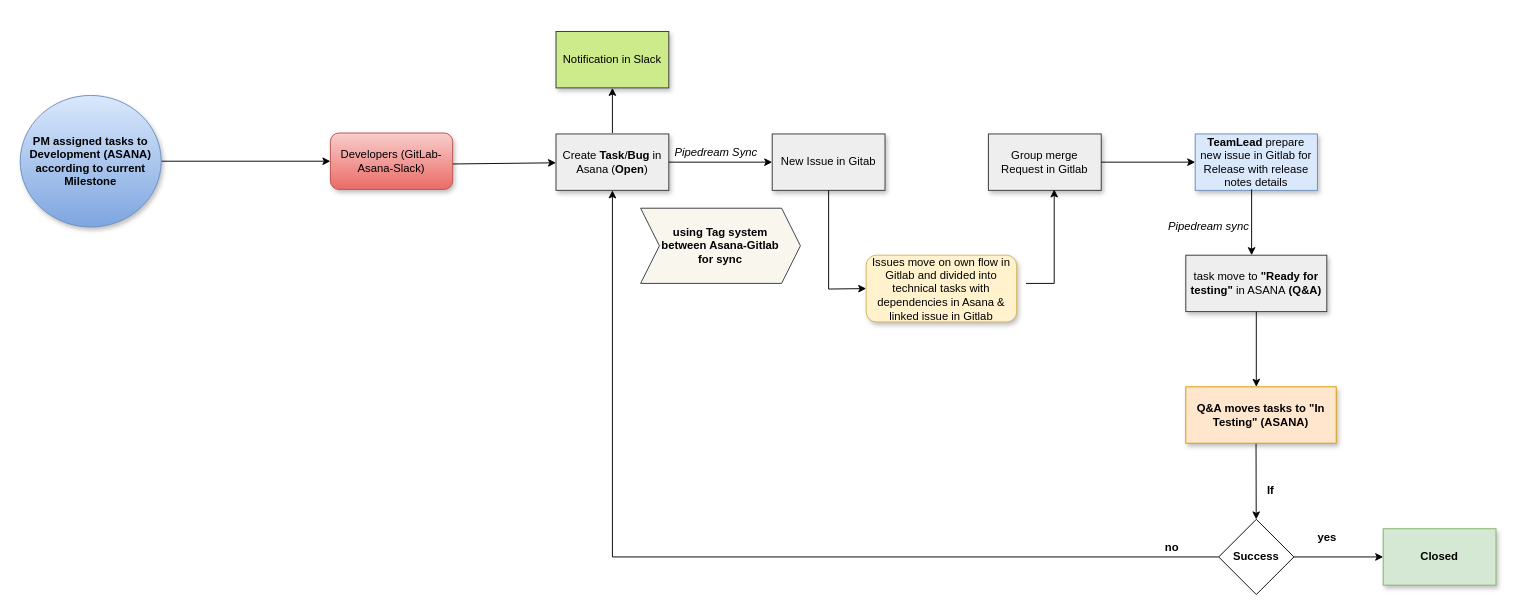
The draw.io diagram Development Sky network BP Diagram.drawio in annastazi09/blog, before the edit. Source tidied: cells renumbered, new cells numbered last; positions are measured from the earlier drawing's top-left corner, leaving out a move shared by most shapes. Both pictures are drawn from the tidied source at 94%, with x=0, y=0 at pixel (20, 31).
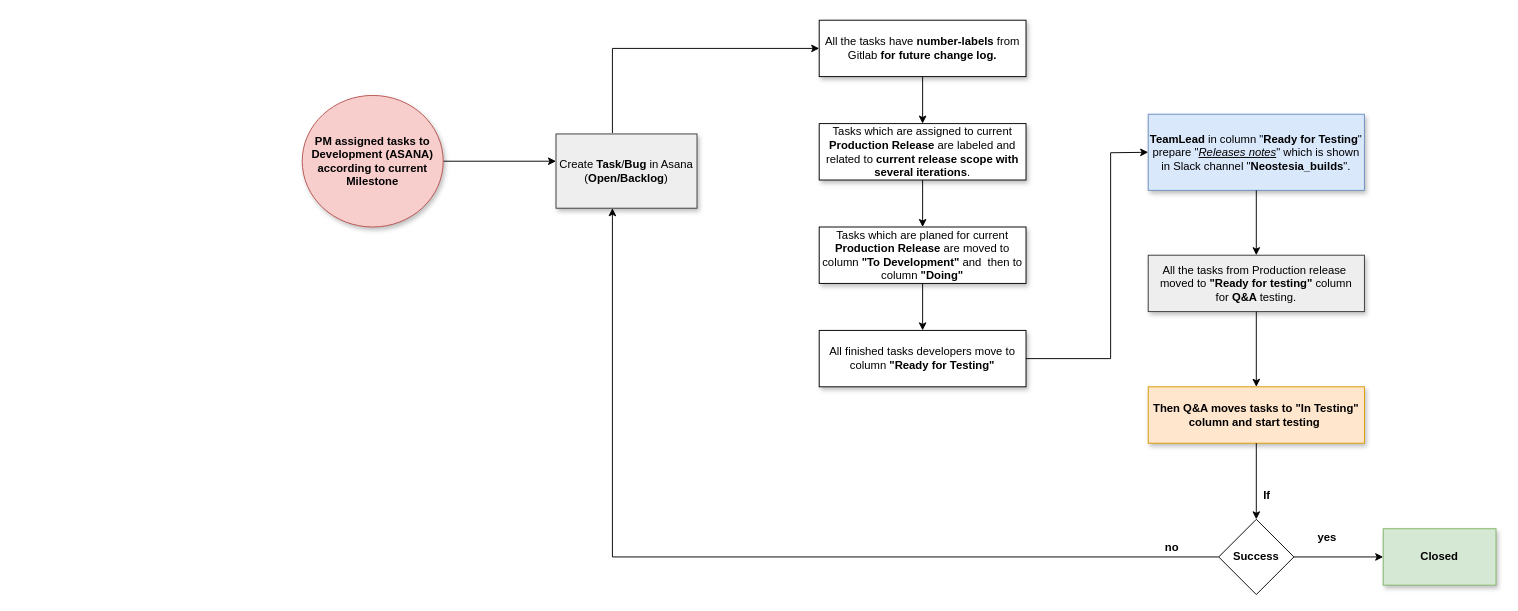
The same diagram, later.

Unchanged cells that the change refers to:
```xml
<mxCell id="16" value="&lt;b&gt;Success&lt;/b&gt;" style="rhombus;whiteSpace=wrap;html=1;" parent="1" vertex="1">
  <mxGeometry x="1275" y="519" width="80" height="80" as="geometry" />
</mxCell>
```

Change to the diagram source:
```diff
@@
-    <mxCell id="2" value="&lt;br&gt;" style="endArrow=classic;html=1;rounded=0;entryX=0;entryY=0.5;entryDx=0;entryDy=0;exitX=1;exitY=0.5;exitDx=0;exitDy=0;startArrow=none;" parent="1" edge="1" source="4" target="3">
-      <mxGeometry relative="1" as="geometry" />
+    <mxCell id="2" value="&lt;br&gt;" style="endArrow=classic;html=1;rounded=0;entryX=0;entryY=0.5;entryDx=0;entryDy=0;exitX=1;exitY=0.5;exitDx=0;exitDy=0;startArrow=none;" parent="1" edge="1">
+      <mxGeometry relative="1" as="geometry">
+        <mxPoint x="450" y="138" as="sourcePoint" />
+        <mxPoint x="570" y="138" as="targetPoint" />
+      </mxGeometry>
     </mxCell>
-    <mxCell id="3" value="Developers (GitLab-Asana-Slack)" style="rounded=1;whiteSpace=wrap;html=1;fillColor=#f8cecc;strokeColor=#b85450;gradientColor=#ea6b66;shadow=1;" parent="1" vertex="1">
-      <mxGeometry x="330" y="108" width="130" height="60" as="geometry" />
-    </mxCell>
-    <mxCell id="4" value="&lt;b&gt;PM assigned tasks to Development (ASANA) according to current Milestone&lt;/b&gt;" style="ellipse;whiteSpace=wrap;html=1;fillColor=#dae8fc;strokeColor=#6c8ebf;gradientColor=#7ea6e0;shadow=1;" parent="1" vertex="1">
-      <mxGeometry y="68" width="150" height="140" as="geometry" />
+    <mxCell id="4" value="&lt;b&gt;PM assigned tasks to Development (ASANA) according to current Milestone&lt;/b&gt;" style="ellipse;whiteSpace=wrap;html=1;fillColor=#f8cecc;strokeColor=#b85450;shadow=1;" parent="1" vertex="1">
+      <mxGeometry x="300" y="68" width="150" height="140" as="geometry" />
     </mxCell>
-    <mxCell id="5" value="Notification in Slack" style="rounded=0;whiteSpace=wrap;html=1;fillColor=#cdeb8b;strokeColor=#36393d;shadow=1;" parent="1" vertex="1">
-      <mxGeometry x="570" width="120" height="60" as="geometry" />
-    </mxCell>
-    <mxCell id="6" value="Create &lt;b&gt;Task&lt;/b&gt;/&lt;b&gt;Bug &lt;/b&gt;in Asana (&lt;b&gt;Open&lt;/b&gt;)" style="rounded=0;whiteSpace=wrap;html=1;fillColor=#eeeeee;strokeColor=#36393d;shadow=1;" parent="1" vertex="1">
-      <mxGeometry x="570" y="109" width="120" height="60" as="geometry" />
+    <mxCell id="6" value="Create &lt;b&gt;Task&lt;/b&gt;/&lt;b&gt;Bug &lt;/b&gt;in Asana (&lt;b&gt;Open/Backlog&lt;/b&gt;)" style="rounded=0;whiteSpace=wrap;html=1;fillColor=#eeeeee;strokeColor=#36393d;shadow=1;" parent="1" vertex="1">
+      <mxGeometry x="570" y="109" width="150" height="79" as="geometry" />
     </mxCell>
-    <mxCell id="7" style="endArrow=classic;html=1;rounded=0;exitX=1;exitY=0.5;exitDx=0;exitDy=0;" parent="1" edge="1" source="6">
-      <mxGeometry relative="1" as="geometry">
-        <mxPoint x="800" y="139" as="targetPoint" />
-      </mxGeometry>
-    </mxCell>
-    <mxCell id="8" value="New Issue in Gitab" style="rounded=0;whiteSpace=wrap;html=1;fillColor=#eeeeee;strokeColor=#36393d;shadow=1;" parent="1" vertex="1">
-      <mxGeometry x="800" y="109" width="120" height="60" as="geometry" />
-    </mxCell>
-    <mxCell id="9" value="&lt;i&gt;Pipedream Sync&lt;/i&gt;" style="text;html=1;align=center;verticalAlign=middle;strokeColor=none;fillColor=none;" parent="1" vertex="1">
-      <mxGeometry x="685" y="114" width="110" height="30" as="geometry" />
-    </mxCell>
-    <mxCell id="10" value="Group merge Request in Gitlab" style="rounded=0;whiteSpace=wrap;html=1;fillColor=#eeeeee;strokeColor=#36393d;shadow=1;" parent="1" vertex="1">
-      <mxGeometry x="1030" y="109" width="120" height="60" as="geometry" />
-    </mxCell>
-    <mxCell id="11" style="endArrow=classic;html=1;rounded=0;" parent="1" edge="1">
-      <mxGeometry relative="1" as="geometry">
-        <mxPoint x="1070" y="268" as="sourcePoint" />
-        <mxPoint x="1100" y="168" as="targetPoint" />
-        <Array as="points">
-          <mxPoint x="1100" y="268" />
-        </Array>
-      </mxGeometry>
-    </mxCell>
-    <mxCell id="12" value="&lt;b&gt;TeamLead &lt;/b&gt;prepare new issue in Gitlab for Release with release notes details" style="rounded=0;whiteSpace=wrap;html=1;fillColor=#dae8fc;strokeColor=#6c8ebf;shadow=1;" parent="1" vertex="1">
-      <mxGeometry x="1250" y="109" width="130" height="60" as="geometry" />
+    <mxCell id="12" value="&lt;b&gt;TeamLead &lt;/b&gt;in column &quot;&lt;b&gt;Ready for Testing&lt;/b&gt;&quot; prepare &quot;&lt;i&gt;&lt;u&gt;Releases notes&lt;/u&gt;&lt;/i&gt;&quot; which is shown in Slack channel &quot;&lt;b&gt;Neostesia_builds&lt;/b&gt;&quot;." style="rounded=0;whiteSpace=wrap;html=1;fillColor=#dae8fc;strokeColor=#6c8ebf;shadow=1;" parent="1" vertex="1">
+      <mxGeometry x="1200" y="88" width="230" height="81" as="geometry" />
     </mxCell>
-    <mxCell id="13" style="endArrow=classic;html=1;rounded=0;exitX=1;exitY=0.5;exitDx=0;exitDy=0;entryX=0;entryY=0.5;entryDx=0;entryDy=0;" parent="1" edge="1" source="10" target="12">
-      <mxGeometry relative="1" as="geometry" />
-    </mxCell>
-    <mxCell id="14" value="task move to&lt;b&gt; &quot;Ready for testing&quot;&lt;/b&gt; in ASANA&amp;nbsp;&lt;b&gt;(Q&amp;amp;A)&lt;/b&gt;" style="rounded=0;whiteSpace=wrap;html=1;fillColor=#eeeeee;strokeColor=#36393d;shadow=1;" parent="1" vertex="1">
-      <mxGeometry x="1240" y="238" width="150" height="60" as="geometry" />
+    <mxCell id="14" value="All the tasks from Production release&amp;nbsp; moved to&lt;b&gt; &quot;Ready for testing&quot;&lt;/b&gt;&amp;nbsp;column for&amp;nbsp;&lt;b&gt;Q&amp;amp;A &lt;/b&gt;testing." style="rounded=0;whiteSpace=wrap;html=1;fillColor=#eeeeee;strokeColor=#36393d;shadow=1;" parent="1" vertex="1">
+      <mxGeometry x="1200" y="238" width="230" height="60" as="geometry" />
     </mxCell>
-    <mxCell id="15" style="endArrow=classic;html=1;rounded=0;" parent="1" edge="1">
-      <mxGeometry relative="1" as="geometry">
-        <mxPoint x="1310" y="168" as="sourcePoint" />
-        <mxPoint x="1310" y="238" as="targetPoint" />
-      </mxGeometry>
+    <mxCell id="15" style="endArrow=classic;html=1;rounded=0;exitX=0.5;exitY=1;exitDx=0;exitDy=0;entryX=0.5;entryY=0;entryDx=0;entryDy=0;" parent="1" edge="1" source="12" target="14">
+      <mxGeometry relative="1" as="geometry" />
     </mxCell>
@@
     <mxCell id="18" value="&lt;b&gt;If&lt;/b&gt;" style="text;html=1;align=center;verticalAlign=middle;strokeColor=none;fillColor=none;" parent="1" vertex="1">
-      <mxGeometry x="1320" y="479" width="20" height="20" as="geometry" />
+      <mxGeometry x="1316" y="484" width="20" height="20" as="geometry" />
     </mxCell>
@@
-    <mxCell id="22" style="endArrow=classic;html=1;rounded=0;entryX=0.5;entryY=1;entryDx=0;entryDy=0;exitX=0;exitY=0.5;exitDx=0;exitDy=0;" parent="1" edge="1" source="16" target="6">
+    <mxCell id="22" style="endArrow=classic;html=1;rounded=0;exitX=0;exitY=0.5;exitDx=0;exitDy=0;" parent="1" edge="1" source="16">
       <mxGeometry relative="1" as="geometry">
+        <mxPoint x="630" y="188" as="targetPoint" />
         <Array as="points">
           <mxPoint x="630" y="559" />
         </Array>
       </mxGeometry>
     </mxCell>
@@
-    <mxCell id="24" value="&lt;i&gt;Pipedream sync&lt;/i&gt;" style="text;html=1;align=center;verticalAlign=middle;strokeColor=none;fillColor=none;" parent="1" vertex="1">
-      <mxGeometry x="1209" y="193" width="110" height="30" as="geometry" />
-    </mxCell>
-    <mxCell id="25" value="Issues move on own flow in Gitlab and divided into technical tasks with dependencies in Asana &amp;amp; linked issue in Gitlab" style="rounded=1;whiteSpace=wrap;html=1;fillColor=#fff2cc;strokeColor=#d6b656;shadow=1;" parent="1" vertex="1">
-      <mxGeometry x="900" y="238" width="160" height="71" as="geometry" />
-    </mxCell>
-    <mxCell id="26" style="endArrow=classic;html=1;rounded=0;entryX=0;entryY=0.5;entryDx=0;entryDy=0;" parent="1" edge="1" source="8" target="25">
-      <mxGeometry relative="1" as="geometry">
-        <Array as="points">
-          <mxPoint x="860" y="274" />
-        </Array>
-      </mxGeometry>
-    </mxCell>
-    <mxCell id="27" style="endArrow=classic;html=1;rounded=0;exitX=1.002;exitY=0.549;exitDx=0;exitDy=0;exitPerimeter=0;" parent="1" edge="1" source="3" target="6">
-      <mxGeometry relative="1" as="geometry" />
-    </mxCell>
-    <mxCell id="28" style="endArrow=classic;html=1;rounded=0;" parent="1" edge="1" target="5">
-      <mxGeometry relative="1" as="geometry">
-        <mxPoint x="630" y="108" as="sourcePoint" />
-      </mxGeometry>
-    </mxCell>
-    <mxCell id="29" value="&lt;b&gt;Q&amp;amp;A moves tasks to &quot;In Testing&quot; (ASANA)&lt;/b&gt;" style="rounded=0;whiteSpace=wrap;html=1;fillColor=#ffe6cc;strokeColor=#d79b00;shadow=1;" parent="1" vertex="1">
-      <mxGeometry x="1240" y="378" width="160" height="60" as="geometry" />
+    <mxCell id="29" value="&lt;b&gt;Then Q&amp;amp;A moves tasks to &quot;In Testing&quot; column and start testing&amp;nbsp;&lt;/b&gt;" style="rounded=0;whiteSpace=wrap;html=1;fillColor=#ffe6cc;strokeColor=#d79b00;shadow=1;" parent="1" vertex="1">
+      <mxGeometry x="1200" y="378" width="230" height="60" as="geometry" />
     </mxCell>
-    <mxCell id="30" style="endArrow=classic;html=1;rounded=0;exitX=0.467;exitY=1.011;exitDx=0;exitDy=0;exitPerimeter=0;" parent="1" edge="1" source="29" target="16">
+    <mxCell id="30" style="endArrow=classic;html=1;rounded=0;exitX=0.5;exitY=1;exitDx=0;exitDy=0;" parent="1" edge="1" source="29" target="16">
       <mxGeometry relative="1" as="geometry" />
     </mxCell>
-    <mxCell id="31" value="&lt;b style=&quot;border-color: var(--border-color);&quot;&gt;using Tag system &lt;br&gt;between Asana-Gitlab &lt;br&gt;for sync&lt;/b&gt;" style="shape=step;perimeter=stepPerimeter;whiteSpace=wrap;html=1;fixedSize=1;fillColor=#f9f7ed;strokeColor=#36393d;" parent="1" vertex="1">
-      <mxGeometry x="660" y="188" width="170" height="80" as="geometry" />
-    </mxCell>
+    <mxCell id="32" style="endArrow=classic;html=1;rounded=0;entryX=0;entryY=0.5;entryDx=0;entryDy=0;" parent="1" edge="1" target="34">
+      <mxGeometry relative="1" as="geometry">
+        <mxPoint x="630" y="108" as="sourcePoint" />
+        <Array as="points">
+          <mxPoint x="630" y="18" />
+        </Array>
+      </mxGeometry>
+    </mxCell>
+    <mxCell id="33" value="Tasks which are assigned to current &lt;b&gt;Production Release&lt;/b&gt; are labeled and related to&amp;nbsp;&lt;b&gt;current release scope with several iterations&lt;/b&gt;." style="rounded=0;whiteSpace=wrap;html=1;shadow=1;" parent="1" vertex="1">
+      <mxGeometry x="850" y="98" width="220" height="60" as="geometry" />
+    </mxCell>
+    <mxCell id="34" value="All the tasks have &lt;b&gt;number-labels&lt;/b&gt; from Gitlab&lt;b&gt; for future change log.&lt;/b&gt;" style="rounded=0;whiteSpace=wrap;html=1;shadow=1;" parent="1" vertex="1">
+      <mxGeometry x="850" y="-12" width="220" height="60" as="geometry" />
+    </mxCell>
+    <mxCell id="35" style="endArrow=classic;html=1;rounded=0;exitX=0.5;exitY=1;exitDx=0;exitDy=0;entryX=0.5;entryY=0;entryDx=0;entryDy=0;" parent="1" edge="1" source="34" target="33">
+      <mxGeometry relative="1" as="geometry" />
+    </mxCell>
+    <mxCell id="36" value="Tasks which are planed for current &lt;b&gt;Production Release&lt;/b&gt; are moved to column&lt;b&gt; &quot;To Development&quot; &lt;/b&gt;and&amp;nbsp; then to column&lt;b&gt; &quot;Doing&quot;&lt;/b&gt;" style="rounded=0;whiteSpace=wrap;html=1;shadow=1;" parent="1" vertex="1">
+      <mxGeometry x="850" y="208" width="220" height="60" as="geometry" />
+    </mxCell>
+    <mxCell id="37" style="endArrow=classic;html=1;rounded=0;exitX=0.5;exitY=1;exitDx=0;exitDy=0;entryX=0.5;entryY=0;entryDx=0;entryDy=0;" parent="1" edge="1" source="33" target="36">
+      <mxGeometry relative="1" as="geometry" />
+    </mxCell>
+    <mxCell id="38" value="All finished tasks developers move to column &lt;b&gt;&quot;Ready for Testing&quot;&lt;/b&gt;" style="rounded=0;whiteSpace=wrap;html=1;shadow=1;" parent="1" vertex="1">
+      <mxGeometry x="850" y="318" width="220" height="60" as="geometry" />
+    </mxCell>
+    <mxCell id="39" style="endArrow=classic;html=1;rounded=0;exitX=0.5;exitY=1;exitDx=0;exitDy=0;entryX=0.5;entryY=0;entryDx=0;entryDy=0;" parent="1" edge="1" source="36" target="38">
+      <mxGeometry relative="1" as="geometry" />
+    </mxCell>
+    <mxCell id="40" style="endArrow=classic;html=1;rounded=0;exitX=1;exitY=0.5;exitDx=0;exitDy=0;entryX=0;entryY=0.5;entryDx=0;entryDy=0;" parent="1" edge="1" source="38" target="12">
+      <mxGeometry relative="1" as="geometry">
+        <Array as="points">
+          <mxPoint x="1160" y="348" />
+          <mxPoint x="1160" y="129" />
+        </Array>
+      </mxGeometry>
+    </mxCell>
```
